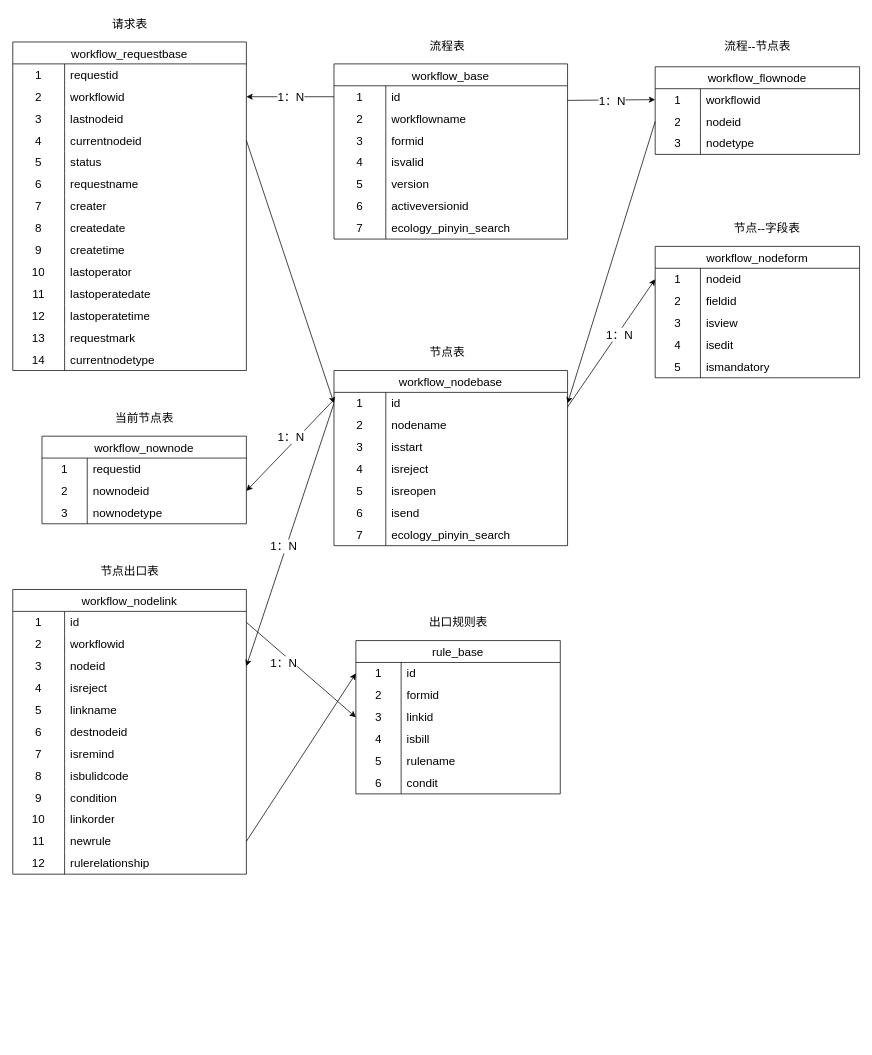
Earlier version of the draw.io diagram page "第 3 页" (3 of 3) of work/ICS工单系统.drawio (itzhanglg/technology-image). Source tidied: cells renumbered, new cells numbered last; positions are measured from the earlier drawing's top-left corner, leaving out a move shared by most shapes. Both pictures are drawn from the tidied source at 73%, with x=0, y=0 at pixel (12, 12).
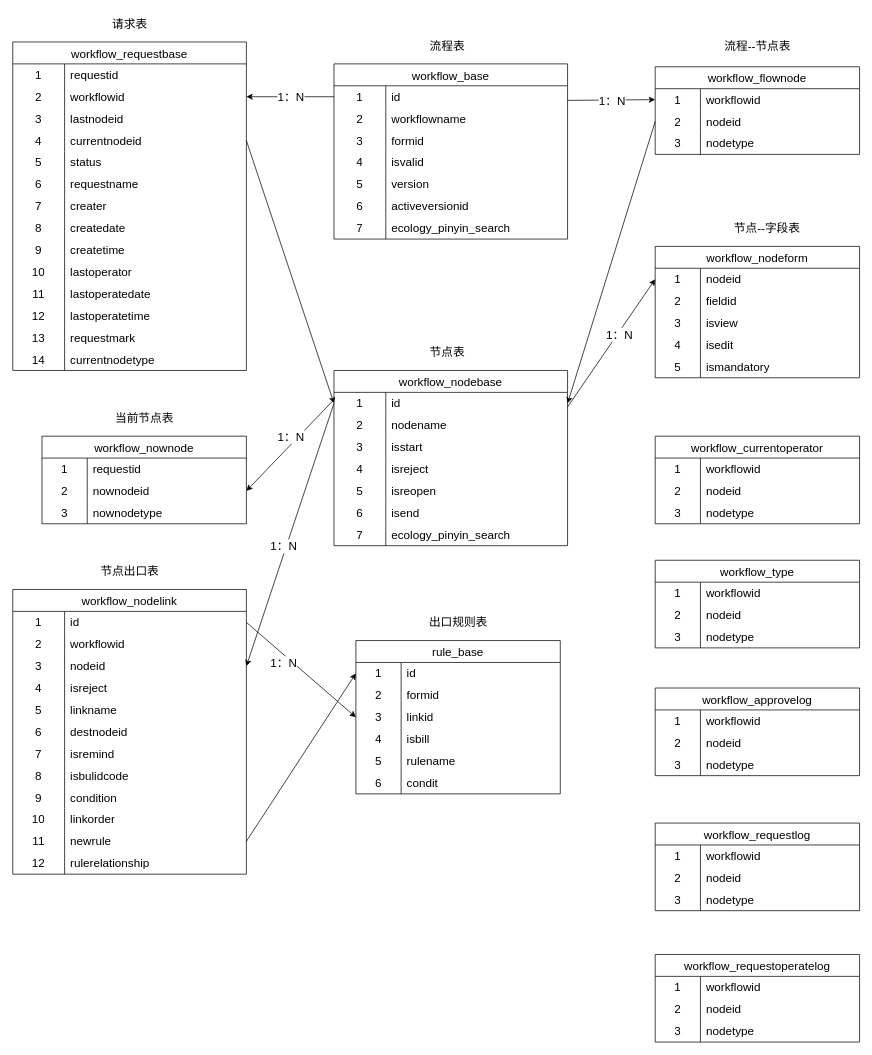
Above is the later version.

Commit message (it also covers changes not shown here):
更新ICS工单系统.drawio

Diff of the diagram source:
```diff
@@
+    <mxCell id="204" value="workflow_currentoperator" style="shape=table;startSize=30;childLayout=tableLayout;rowLines=0;fontStyle=0;strokeColor=default;fontSize=16;" parent="1" vertex="1">
+      <mxGeometry x="880" y="580" width="280" height="120" as="geometry" />
+    </mxCell>
+    <mxCell id="205" style="shape=tableRow;horizontal=0;startSize=0;swimlaneHead=0;swimlaneBody=0;top=0;left=0;bottom=0;right=0;fillColor=none;strokeColor=inherit;fontSize=16;" parent="204" vertex="1">
+      <mxGeometry y="30" width="280" height="30" as="geometry" />
+    </mxCell>
+    <mxCell id="206" value="1" style="shape=partialRectangle;html=1;whiteSpace=wrap;fillColor=none;top=0;left=0;bottom=0;right=0;overflow=hidden;strokeColor=inherit;fontSize=16;" parent="205" vertex="1">
+      <mxGeometry width="62" height="30" as="geometry" />
+    </mxCell>
+    <mxCell id="207" value="workflowid" style="shape=partialRectangle;html=1;whiteSpace=wrap;fillColor=none;top=0;left=0;bottom=0;right=0;align=left;spacingLeft=6;overflow=hidden;strokeColor=inherit;fontSize=16;" parent="205" vertex="1">
+      <mxGeometry x="62" width="218" height="30" as="geometry" />
+    </mxCell>
+    <mxCell id="208" style="shape=tableRow;horizontal=0;startSize=0;swimlaneHead=0;swimlaneBody=0;top=0;left=0;bottom=0;right=0;fillColor=none;strokeColor=inherit;fontSize=16;" parent="204" vertex="1">
+      <mxGeometry y="60" width="280" height="30" as="geometry" />
+    </mxCell>
+    <mxCell id="209" value="2" style="shape=partialRectangle;html=1;whiteSpace=wrap;fillColor=none;top=0;left=0;bottom=0;right=0;overflow=hidden;strokeColor=inherit;fontSize=16;" parent="208" vertex="1">
+      <mxGeometry width="62" height="30" as="geometry" />
+    </mxCell>
+    <mxCell id="210" value="nodeid" style="shape=partialRectangle;html=1;whiteSpace=wrap;fillColor=none;top=0;left=0;bottom=0;right=0;align=left;spacingLeft=6;overflow=hidden;strokeColor=inherit;fontSize=16;" parent="208" vertex="1">
+      <mxGeometry x="62" width="218" height="30" as="geometry" />
+    </mxCell>
+    <mxCell id="211" style="shape=tableRow;horizontal=0;startSize=0;swimlaneHead=0;swimlaneBody=0;top=0;left=0;bottom=0;right=0;fillColor=none;strokeColor=inherit;fontSize=16;" parent="204" vertex="1">
+      <mxGeometry y="90" width="280" height="30" as="geometry" />
+    </mxCell>
+    <mxCell id="212" value="3" style="shape=partialRectangle;html=1;whiteSpace=wrap;fillColor=none;top=0;left=0;bottom=0;right=0;overflow=hidden;strokeColor=inherit;fontSize=16;" parent="211" vertex="1">
+      <mxGeometry width="62" height="30" as="geometry" />
+    </mxCell>
+    <mxCell id="213" value="nodetype" style="shape=partialRectangle;html=1;whiteSpace=wrap;fillColor=none;top=0;left=0;bottom=0;right=0;align=left;spacingLeft=6;overflow=hidden;strokeColor=inherit;fontSize=16;" parent="211" vertex="1">
+      <mxGeometry x="62" width="218" height="30" as="geometry" />
+    </mxCell>
+    <mxCell id="214" value="workflow_type" style="shape=table;startSize=30;childLayout=tableLayout;rowLines=0;fontStyle=0;strokeColor=default;fontSize=16;" parent="1" vertex="1">
+      <mxGeometry x="880" y="750" width="280" height="120" as="geometry" />
+    </mxCell>
+    <mxCell id="215" style="shape=tableRow;horizontal=0;startSize=0;swimlaneHead=0;swimlaneBody=0;top=0;left=0;bottom=0;right=0;fillColor=none;strokeColor=inherit;fontSize=16;" parent="214" vertex="1">
+      <mxGeometry y="30" width="280" height="30" as="geometry" />
+    </mxCell>
+    <mxCell id="216" value="1" style="shape=partialRectangle;html=1;whiteSpace=wrap;fillColor=none;top=0;left=0;bottom=0;right=0;overflow=hidden;strokeColor=inherit;fontSize=16;" parent="215" vertex="1">
+      <mxGeometry width="62" height="30" as="geometry" />
+    </mxCell>
+    <mxCell id="217" value="workflowid" style="shape=partialRectangle;html=1;whiteSpace=wrap;fillColor=none;top=0;left=0;bottom=0;right=0;align=left;spacingLeft=6;overflow=hidden;strokeColor=inherit;fontSize=16;" parent="215" vertex="1">
+      <mxGeometry x="62" width="218" height="30" as="geometry" />
+    </mxCell>
+    <mxCell id="218" style="shape=tableRow;horizontal=0;startSize=0;swimlaneHead=0;swimlaneBody=0;top=0;left=0;bottom=0;right=0;fillColor=none;strokeColor=inherit;fontSize=16;" parent="214" vertex="1">
+      <mxGeometry y="60" width="280" height="30" as="geometry" />
+    </mxCell>
+    <mxCell id="219" value="2" style="shape=partialRectangle;html=1;whiteSpace=wrap;fillColor=none;top=0;left=0;bottom=0;right=0;overflow=hidden;strokeColor=inherit;fontSize=16;" parent="218" vertex="1">
+      <mxGeometry width="62" height="30" as="geometry" />
+    </mxCell>
+    <mxCell id="220" value="nodeid" style="shape=partialRectangle;html=1;whiteSpace=wrap;fillColor=none;top=0;left=0;bottom=0;right=0;align=left;spacingLeft=6;overflow=hidden;strokeColor=inherit;fontSize=16;" parent="218" vertex="1">
+      <mxGeometry x="62" width="218" height="30" as="geometry" />
+    </mxCell>
+    <mxCell id="221" style="shape=tableRow;horizontal=0;startSize=0;swimlaneHead=0;swimlaneBody=0;top=0;left=0;bottom=0;right=0;fillColor=none;strokeColor=inherit;fontSize=16;" parent="214" vertex="1">
+      <mxGeometry y="90" width="280" height="30" as="geometry" />
+    </mxCell>
+    <mxCell id="222" value="3" style="shape=partialRectangle;html=1;whiteSpace=wrap;fillColor=none;top=0;left=0;bottom=0;right=0;overflow=hidden;strokeColor=inherit;fontSize=16;" parent="221" vertex="1">
+      <mxGeometry width="62" height="30" as="geometry" />
+    </mxCell>
+    <mxCell id="223" value="nodetype" style="shape=partialRectangle;html=1;whiteSpace=wrap;fillColor=none;top=0;left=0;bottom=0;right=0;align=left;spacingLeft=6;overflow=hidden;strokeColor=inherit;fontSize=16;" parent="221" vertex="1">
+      <mxGeometry x="62" width="218" height="30" as="geometry" />
+    </mxCell>
+    <mxCell id="224" value="workflow_approvelog" style="shape=table;startSize=30;childLayout=tableLayout;rowLines=0;fontStyle=0;strokeColor=default;fontSize=16;" parent="1" vertex="1">
+      <mxGeometry x="880" y="925" width="280" height="120" as="geometry" />
+    </mxCell>
+    <mxCell id="225" style="shape=tableRow;horizontal=0;startSize=0;swimlaneHead=0;swimlaneBody=0;top=0;left=0;bottom=0;right=0;fillColor=none;strokeColor=inherit;fontSize=16;" parent="224" vertex="1">
+      <mxGeometry y="30" width="280" height="30" as="geometry" />
+    </mxCell>
+    <mxCell id="226" value="1" style="shape=partialRectangle;html=1;whiteSpace=wrap;fillColor=none;top=0;left=0;bottom=0;right=0;overflow=hidden;strokeColor=inherit;fontSize=16;" parent="225" vertex="1">
+      <mxGeometry width="62" height="30" as="geometry" />
+    </mxCell>
+    <mxCell id="227" value="workflowid" style="shape=partialRectangle;html=1;whiteSpace=wrap;fillColor=none;top=0;left=0;bottom=0;right=0;align=left;spacingLeft=6;overflow=hidden;strokeColor=inherit;fontSize=16;" parent="225" vertex="1">
+      <mxGeometry x="62" width="218" height="30" as="geometry" />
+    </mxCell>
+    <mxCell id="228" style="shape=tableRow;horizontal=0;startSize=0;swimlaneHead=0;swimlaneBody=0;top=0;left=0;bottom=0;right=0;fillColor=none;strokeColor=inherit;fontSize=16;" parent="224" vertex="1">
+      <mxGeometry y="60" width="280" height="30" as="geometry" />
+    </mxCell>
+    <mxCell id="229" value="2" style="shape=partialRectangle;html=1;whiteSpace=wrap;fillColor=none;top=0;left=0;bottom=0;right=0;overflow=hidden;strokeColor=inherit;fontSize=16;" parent="228" vertex="1">
+      <mxGeometry width="62" height="30" as="geometry" />
+    </mxCell>
+    <mxCell id="230" value="nodeid" style="shape=partialRectangle;html=1;whiteSpace=wrap;fillColor=none;top=0;left=0;bottom=0;right=0;align=left;spacingLeft=6;overflow=hidden;strokeColor=inherit;fontSize=16;" parent="228" vertex="1">
+      <mxGeometry x="62" width="218" height="30" as="geometry" />
+    </mxCell>
+    <mxCell id="231" style="shape=tableRow;horizontal=0;startSize=0;swimlaneHead=0;swimlaneBody=0;top=0;left=0;bottom=0;right=0;fillColor=none;strokeColor=inherit;fontSize=16;" parent="224" vertex="1">
+      <mxGeometry y="90" width="280" height="30" as="geometry" />
+    </mxCell>
+    <mxCell id="232" value="3" style="shape=partialRectangle;html=1;whiteSpace=wrap;fillColor=none;top=0;left=0;bottom=0;right=0;overflow=hidden;strokeColor=inherit;fontSize=16;" parent="231" vertex="1">
+      <mxGeometry width="62" height="30" as="geometry" />
+    </mxCell>
+    <mxCell id="233" value="nodetype" style="shape=partialRectangle;html=1;whiteSpace=wrap;fillColor=none;top=0;left=0;bottom=0;right=0;align=left;spacingLeft=6;overflow=hidden;strokeColor=inherit;fontSize=16;" parent="231" vertex="1">
+      <mxGeometry x="62" width="218" height="30" as="geometry" />
+    </mxCell>
+    <mxCell id="234" value="workflow_requestlog" style="shape=table;startSize=30;childLayout=tableLayout;rowLines=0;fontStyle=0;strokeColor=default;fontSize=16;" parent="1" vertex="1">
+      <mxGeometry x="880" y="1110" width="280" height="120" as="geometry" />
+    </mxCell>
+    <mxCell id="235" style="shape=tableRow;horizontal=0;startSize=0;swimlaneHead=0;swimlaneBody=0;top=0;left=0;bottom=0;right=0;fillColor=none;strokeColor=inherit;fontSize=16;" parent="234" vertex="1">
+      <mxGeometry y="30" width="280" height="30" as="geometry" />
+    </mxCell>
+    <mxCell id="236" value="1" style="shape=partialRectangle;html=1;whiteSpace=wrap;fillColor=none;top=0;left=0;bottom=0;right=0;overflow=hidden;strokeColor=inherit;fontSize=16;" parent="235" vertex="1">
+      <mxGeometry width="62" height="30" as="geometry" />
+    </mxCell>
+    <mxCell id="237" value="workflowid" style="shape=partialRectangle;html=1;whiteSpace=wrap;fillColor=none;top=0;left=0;bottom=0;right=0;align=left;spacingLeft=6;overflow=hidden;strokeColor=inherit;fontSize=16;" parent="235" vertex="1">
+      <mxGeometry x="62" width="218" height="30" as="geometry" />
+    </mxCell>
+    <mxCell id="238" style="shape=tableRow;horizontal=0;startSize=0;swimlaneHead=0;swimlaneBody=0;top=0;left=0;bottom=0;right=0;fillColor=none;strokeColor=inherit;fontSize=16;" parent="234" vertex="1">
+      <mxGeometry y="60" width="280" height="30" as="geometry" />
+    </mxCell>
+    <mxCell id="239" value="2" style="shape=partialRectangle;html=1;whiteSpace=wrap;fillColor=none;top=0;left=0;bottom=0;right=0;overflow=hidden;strokeColor=inherit;fontSize=16;" parent="238" vertex="1">
+      <mxGeometry width="62" height="30" as="geometry" />
+    </mxCell>
+    <mxCell id="240" value="nodeid" style="shape=partialRectangle;html=1;whiteSpace=wrap;fillColor=none;top=0;left=0;bottom=0;right=0;align=left;spacingLeft=6;overflow=hidden;strokeColor=inherit;fontSize=16;" parent="238" vertex="1">
+      <mxGeometry x="62" width="218" height="30" as="geometry" />
+    </mxCell>
+    <mxCell id="241" style="shape=tableRow;horizontal=0;startSize=0;swimlaneHead=0;swimlaneBody=0;top=0;left=0;bottom=0;right=0;fillColor=none;strokeColor=inherit;fontSize=16;" parent="234" vertex="1">
+      <mxGeometry y="90" width="280" height="30" as="geometry" />
+    </mxCell>
+    <mxCell id="242" value="3" style="shape=partialRectangle;html=1;whiteSpace=wrap;fillColor=none;top=0;left=0;bottom=0;right=0;overflow=hidden;strokeColor=inherit;fontSize=16;" parent="241" vertex="1">
+      <mxGeometry width="62" height="30" as="geometry" />
+    </mxCell>
+    <mxCell id="243" value="nodetype" style="shape=partialRectangle;html=1;whiteSpace=wrap;fillColor=none;top=0;left=0;bottom=0;right=0;align=left;spacingLeft=6;overflow=hidden;strokeColor=inherit;fontSize=16;" parent="241" vertex="1">
+      <mxGeometry x="62" width="218" height="30" as="geometry" />
+    </mxCell>
+    <mxCell id="244" value="workflow_requestoperatelog" style="shape=table;startSize=30;childLayout=tableLayout;rowLines=0;fontStyle=0;strokeColor=default;fontSize=16;" parent="1" vertex="1">
+      <mxGeometry x="880" y="1290" width="280" height="120" as="geometry" />
+    </mxCell>
+    <mxCell id="245" style="shape=tableRow;horizontal=0;startSize=0;swimlaneHead=0;swimlaneBody=0;top=0;left=0;bottom=0;right=0;fillColor=none;strokeColor=inherit;fontSize=16;" parent="244" vertex="1">
+      <mxGeometry y="30" width="280" height="30" as="geometry" />
+    </mxCell>
+    <mxCell id="246" value="1" style="shape=partialRectangle;html=1;whiteSpace=wrap;fillColor=none;top=0;left=0;bottom=0;right=0;overflow=hidden;strokeColor=inherit;fontSize=16;" parent="245" vertex="1">
+      <mxGeometry width="62" height="30" as="geometry" />
+    </mxCell>
+    <mxCell id="247" value="workflowid" style="shape=partialRectangle;html=1;whiteSpace=wrap;fillColor=none;top=0;left=0;bottom=0;right=0;align=left;spacingLeft=6;overflow=hidden;strokeColor=inherit;fontSize=16;" parent="245" vertex="1">
+      <mxGeometry x="62" width="218" height="30" as="geometry" />
+    </mxCell>
+    <mxCell id="248" style="shape=tableRow;horizontal=0;startSize=0;swimlaneHead=0;swimlaneBody=0;top=0;left=0;bottom=0;right=0;fillColor=none;strokeColor=inherit;fontSize=16;" parent="244" vertex="1">
+      <mxGeometry y="60" width="280" height="30" as="geometry" />
+    </mxCell>
+    <mxCell id="249" value="2" style="shape=partialRectangle;html=1;whiteSpace=wrap;fillColor=none;top=0;left=0;bottom=0;right=0;overflow=hidden;strokeColor=inherit;fontSize=16;" parent="248" vertex="1">
+      <mxGeometry width="62" height="30" as="geometry" />
+    </mxCell>
+    <mxCell id="250" value="nodeid" style="shape=partialRectangle;html=1;whiteSpace=wrap;fillColor=none;top=0;left=0;bottom=0;right=0;align=left;spacingLeft=6;overflow=hidden;strokeColor=inherit;fontSize=16;" parent="248" vertex="1">
+      <mxGeometry x="62" width="218" height="30" as="geometry" />
+    </mxCell>
+    <mxCell id="251" style="shape=tableRow;horizontal=0;startSize=0;swimlaneHead=0;swimlaneBody=0;top=0;left=0;bottom=0;right=0;fillColor=none;strokeColor=inherit;fontSize=16;" parent="244" vertex="1">
+      <mxGeometry y="90" width="280" height="30" as="geometry" />
+    </mxCell>
+    <mxCell id="252" value="3" style="shape=partialRectangle;html=1;whiteSpace=wrap;fillColor=none;top=0;left=0;bottom=0;right=0;overflow=hidden;strokeColor=inherit;fontSize=16;" parent="251" vertex="1">
+      <mxGeometry width="62" height="30" as="geometry" />
+    </mxCell>
+    <mxCell id="253" value="nodetype" style="shape=partialRectangle;html=1;whiteSpace=wrap;fillColor=none;top=0;left=0;bottom=0;right=0;align=left;spacingLeft=6;overflow=hidden;strokeColor=inherit;fontSize=16;" parent="251" vertex="1">
+      <mxGeometry x="62" width="218" height="30" as="geometry" />
+    </mxCell>
```
